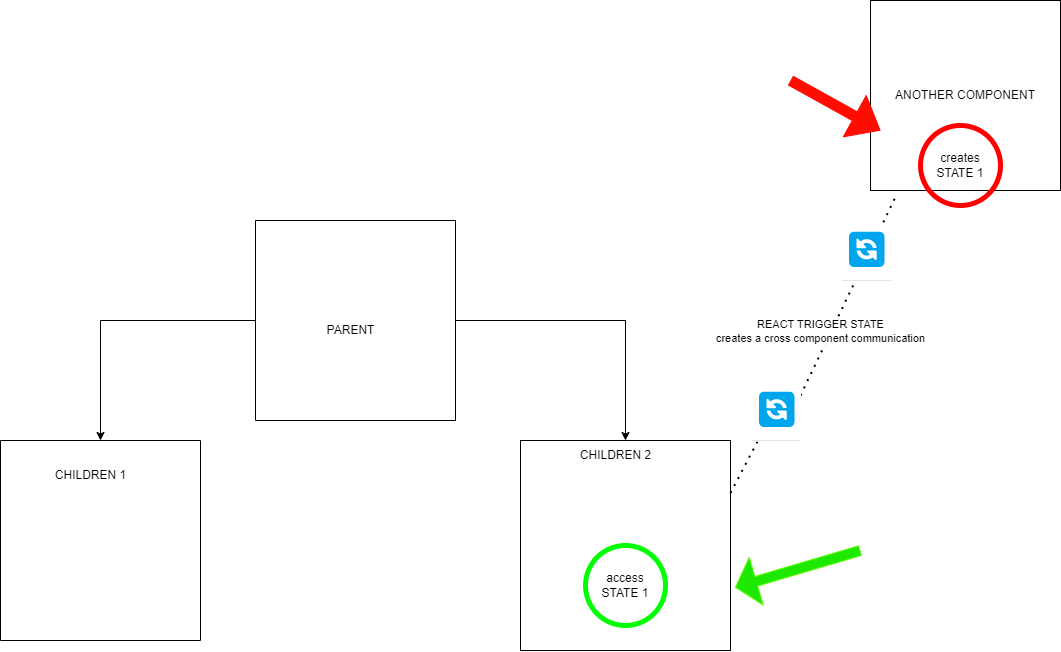
This is public/diagram.png from gabrieldeavila/react-trigger-state, a draw.io export, as it was before one commit. Source tidied: cells renumbered, new cells last; positions are measured from the earlier drawing's top-left corner, leaving out a move shared by most shapes. Its diagram source:
```xml
<mxGraphModel>
  <root>
    <mxCell id="0" />
    <mxCell id="1" parent="0" />
    <mxCell id="2" style="edgeStyle=orthogonalEdgeStyle;rounded=0;jettySize=auto;html=1;" parent="1" edge="1" source="4" target="5">
      <mxGeometry relative="1" as="geometry" />
    </mxCell>
    <mxCell id="3" style="edgeStyle=orthogonalEdgeStyle;rounded=0;jettySize=auto;html=1;entryX=0.5;entryY=0;entryDx=0;entryDy=0;" parent="1" edge="1" source="4" target="7">
      <mxGeometry relative="1" as="geometry" />
    </mxCell>
    <mxCell id="4" style="swimlane;startSize=0;" parent="1" vertex="1">
      <mxGeometry x="255" y="220" width="200" height="200" as="geometry" />
    </mxCell>
    <mxCell id="5" style="swimlane;startSize=0;" parent="1" vertex="1">
      <mxGeometry y="440" width="200" height="200" as="geometry" />
    </mxCell>
    <mxCell id="6" value="CHILDREN 1" style="text;html=1;align=center;verticalAlign=middle;strokeColor=none;fillColor=none;" parent="5" vertex="1">
      <mxGeometry x="45" y="20" width="90" height="30" as="geometry" />
    </mxCell>
    <mxCell id="7" style="whiteSpace=wrap;html=1;fillColor=none;" parent="1" vertex="1">
      <mxGeometry x="520" y="440" width="210" height="210" as="geometry" />
    </mxCell>
    <mxCell id="8" value="PARENT" style="text;html=1;align=center;verticalAlign=middle;strokeColor=none;fillColor=none;" parent="1" vertex="1">
      <mxGeometry x="315" y="315" width="70" height="30" as="geometry" />
    </mxCell>
    <mxCell id="9" value="CHILDREN 2" style="text;html=1;align=center;verticalAlign=middle;strokeColor=none;fillColor=none;" parent="1" vertex="1">
      <mxGeometry x="570" y="440" width="90" height="30" as="geometry" />
    </mxCell>
    <mxCell id="10" value="ANOTHER COMPONENT" style="whiteSpace=wrap;html=1;fillColor=none;" parent="1" vertex="1">
      <mxGeometry x="870" width="190" height="190" as="geometry" />
    </mxCell>
    <mxCell id="11" style="endArrow=none;dashed=1;html=1;dashPattern=1 3;strokeWidth=2;rounded=0;entryX=0.136;entryY=1.024;entryDx=0;entryDy=0;entryPerimeter=0;exitX=1;exitY=0.25;exitDx=0;exitDy=0;" parent="1" edge="1" source="21" target="10">
      <mxGeometry relative="1" as="geometry" />
    </mxCell>
    <mxCell id="12" value="REACT TRIGGER STATE&lt;br&gt;creates a cross component communication" style="edgeLabel;html=1;align=center;verticalAlign=middle;" parent="11" vertex="1">
      <mxGeometry x="0.12" y="4" relative="1" as="geometry">
        <mxPoint x="-31" y="49" as="offset" />
      </mxGeometry>
    </mxCell>
    <mxCell id="13" value="creates STATE 1" style="text;html=1;strokeColor=none;fillColor=none;align=center;verticalAlign=middle;whiteSpace=wrap;rounded=0;" parent="1" vertex="1">
      <mxGeometry x="930" y="150" width="60" height="30" as="geometry" />
    </mxCell>
    <mxCell id="14" value="access STATE 1" style="text;html=1;strokeColor=none;fillColor=none;align=center;verticalAlign=middle;whiteSpace=wrap;rounded=0;" parent="1" vertex="1">
      <mxGeometry x="595" y="570" width="60" height="30" as="geometry" />
    </mxCell>
    <mxCell id="15" style="shape=flexArrow;endArrow=classic;html=1;rounded=0;endWidth=36.25;endSize=9.3;fillColor=#ff0d00;strokeColor=#ff0800;" parent="1" edge="1">
      <mxGeometry relative="1" as="geometry">
        <mxPoint x="790" y="80" as="sourcePoint" />
        <mxPoint x="880" y="130" as="targetPoint" />
      </mxGeometry>
    </mxCell>
    <mxCell id="16" style="shape=flexArrow;endArrow=classic;html=1;rounded=0;entryX=1.021;entryY=0.7;entryDx=0;entryDy=0;entryPerimeter=0;endWidth=38.75;endSize=6.925;fillColor=#1FE800;strokeColor=#5eff00;" parent="1" edge="1" target="7">
      <mxGeometry relative="1" as="geometry">
        <mxPoint x="860" y="550" as="sourcePoint" />
      </mxGeometry>
    </mxCell>
    <mxCell id="17" style="ellipse;whiteSpace=wrap;html=1;fillColor=none;strokeColor=#03FF03;strokeWidth=5;" parent="1" vertex="1">
      <mxGeometry x="585" y="545" width="80" height="80" as="geometry" />
    </mxCell>
    <mxCell id="18" style="ellipse;whiteSpace=wrap;html=1;fillColor=none;strokeColor=#ff0000;strokeWidth=5;" parent="1" vertex="1">
      <mxGeometry x="920" y="125" width="80" height="80" as="geometry" />
    </mxCell>
    <mxCell id="19" value="&lt;h1 style=&quot;box-sizing: border-box; font-size: 2.25rem; margin: 0px 0px 16px; color: rgb(17, 17, 17); padding-bottom: 8px; font-weight: 700; line-height: 1.25; border-bottom: 1px solid rgba(0, 0, 0, 0.1); font-family: &amp;quot;Source Sans Pro&amp;quot;, &amp;quot;Lucida Grande&amp;quot;, sans-serif; font-style: normal; font-variant-ligatures: normal; font-variant-caps: normal; letter-spacing: normal; orphans: 2; text-align: -webkit-center; text-indent: 0px; text-transform: none; widows: 2; word-spacing: 0px; -webkit-text-stroke-width: 0px; background-color: rgb(255, 255, 255); text-decoration-thickness: initial; text-decoration-style: initial; text-decoration-color: initial;&quot;&gt;🔄&lt;/h1&gt;" style="text;whiteSpace=wrap;html=1;" parent="1" vertex="1">
      <mxGeometry x="840" y="220" width="50" height="60" as="geometry" />
    </mxCell>
    <mxCell id="20" style="endArrow=none;dashed=1;html=1;dashPattern=1 3;strokeWidth=2;rounded=0;entryX=0.136;entryY=1.024;entryDx=0;entryDy=0;entryPerimeter=0;exitX=1;exitY=0.25;exitDx=0;exitDy=0;" parent="1" edge="1" source="7" target="21">
      <mxGeometry relative="1" as="geometry" />
    </mxCell>
    <mxCell id="21" value="&lt;h1 style=&quot;box-sizing: border-box; font-size: 2.25rem; margin: 0px 0px 16px; color: rgb(17, 17, 17); padding-bottom: 8px; font-weight: 700; line-height: 1.25; border-bottom: 1px solid rgba(0, 0, 0, 0.1); font-family: &amp;quot;Source Sans Pro&amp;quot;, &amp;quot;Lucida Grande&amp;quot;, sans-serif; font-style: normal; font-variant-ligatures: normal; font-variant-caps: normal; letter-spacing: normal; orphans: 2; text-align: -webkit-center; text-indent: 0px; text-transform: none; widows: 2; word-spacing: 0px; -webkit-text-stroke-width: 0px; background-color: rgb(255, 255, 255); text-decoration-thickness: initial; text-decoration-style: initial; text-decoration-color: initial;&quot;&gt;🔄&lt;/h1&gt;" style="text;whiteSpace=wrap;html=1;" parent="1" vertex="1">
      <mxGeometry x="750" y="380" width="50" height="60" as="geometry" />
    </mxCell>
  </root>
</mxGraphModel>
```
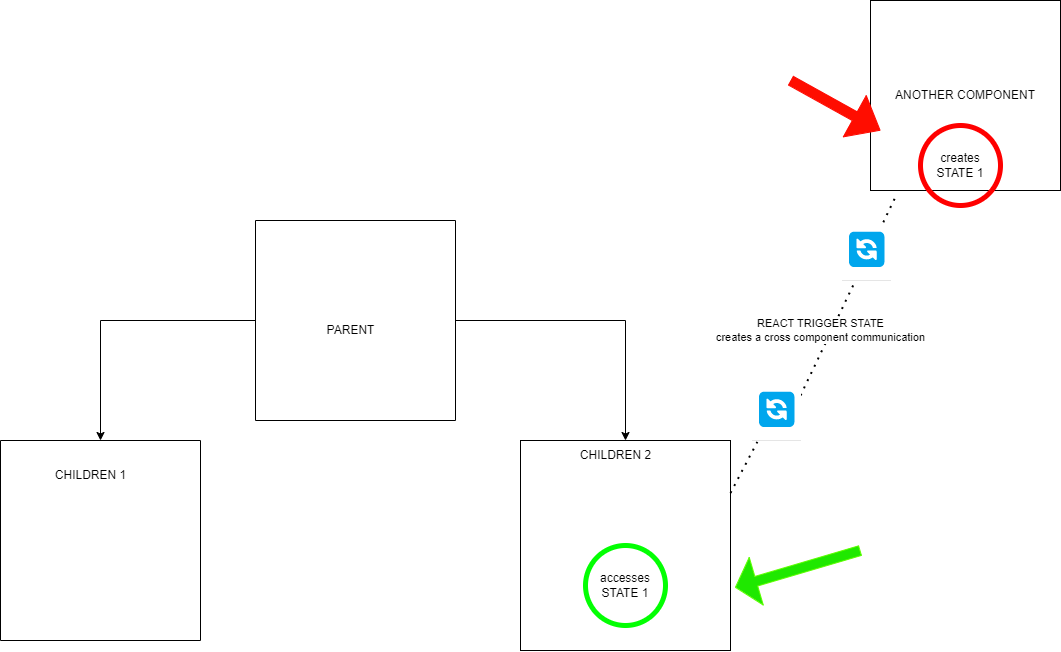
After the commit.

Commit message:
fix: :pencil2: plural form

The edit, as a diff of the source:
```diff
@@ -40,7 +40,7 @@
     <mxCell id="13" value="creates STATE 1" style="text;html=1;strokeColor=none;fillColor=none;align=center;verticalAlign=middle;whiteSpace=wrap;rounded=0;" parent="1" vertex="1">
       <mxGeometry x="930" y="150" width="60" height="30" as="geometry" />
     </mxCell>
-    <mxCell id="14" value="access STATE 1" style="text;html=1;strokeColor=none;fillColor=none;align=center;verticalAlign=middle;whiteSpace=wrap;rounded=0;" parent="1" vertex="1">
+    <mxCell id="14" value="accesses STATE 1" style="text;html=1;strokeColor=none;fillColor=none;align=center;verticalAlign=middle;whiteSpace=wrap;rounded=0;" parent="1" vertex="1">
       <mxGeometry x="595" y="570" width="60" height="30" as="geometry" />
     </mxCell>
     <mxCell id="15" style="shape=flexArrow;endArrow=classic;html=1;rounded=0;endWidth=36.25;endSize=9.3;fillColor=#ff0d00;strokeColor=#ff0800;" parent="1" edge="1">
```
